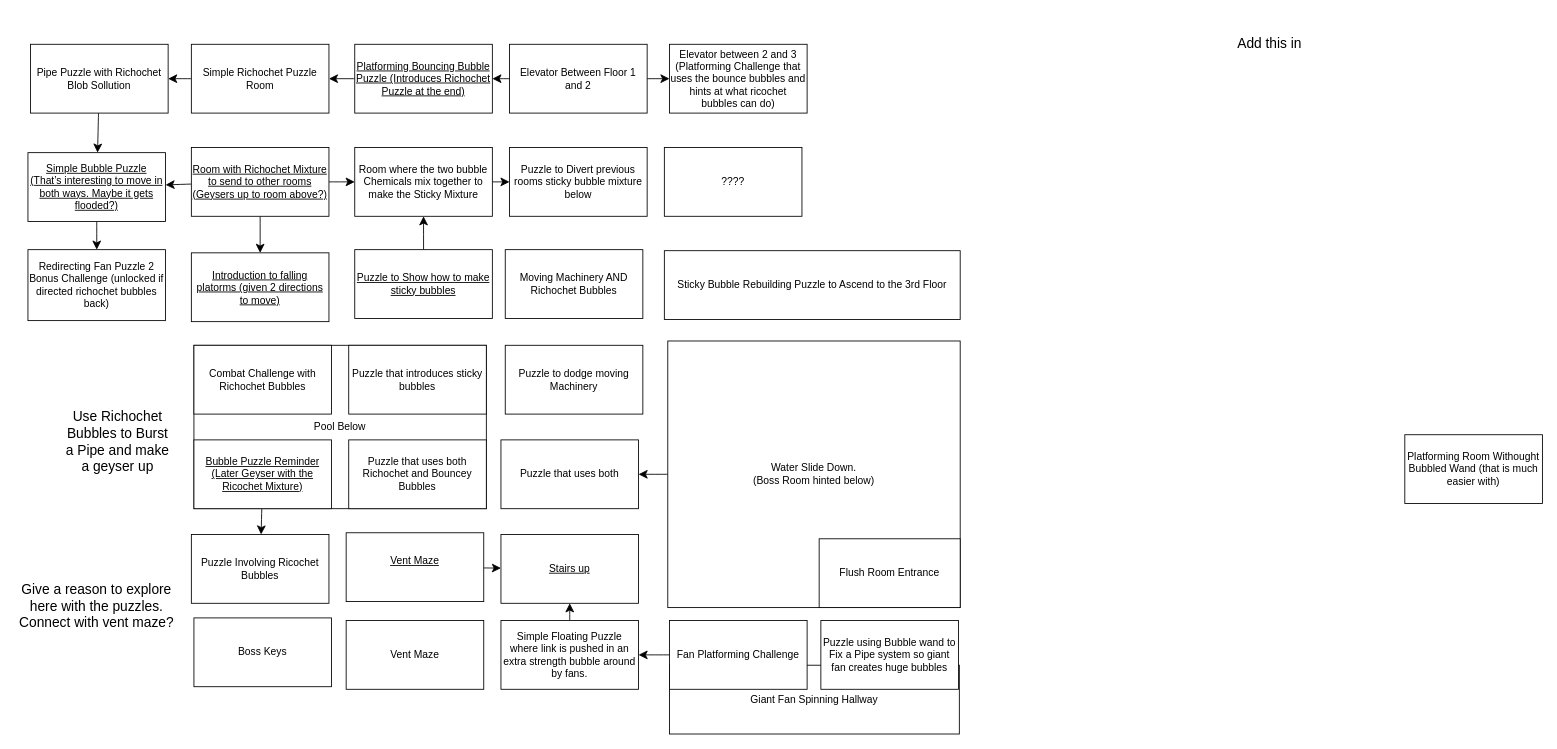
Earlier version of the draw.io diagram page "2nd Floor" (2 of 4) of Bubble Wand Dungeon Map First Draft.drawio (Rift-Master/Game-Design-Documents). Source tidied: cells renumbered, new cells numbered last; positions are measured from the earlier drawing's top-left corner, leaving out a move shared by most shapes. Both pictures are drawn from the tidied source at 86%, with x=0, y=0 at pixel (15, 15).
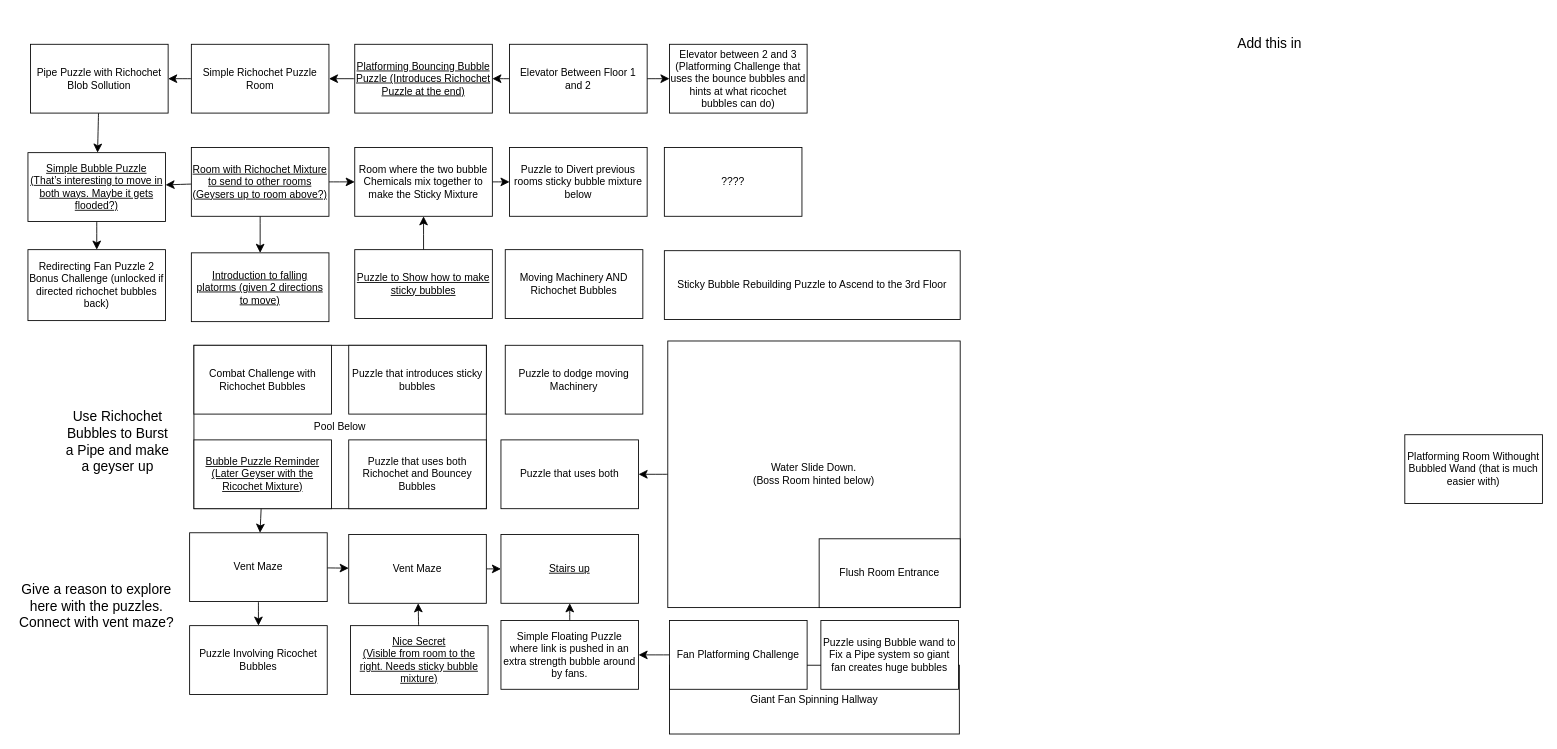
After the change.

Unchanged cells that the change refers to:
```xml
<mxCell id="27" value="&lt;u&gt;Stairs up&lt;/u&gt;" style="rounded=0;whiteSpace=wrap;html=1;" parent="1" vertex="1">
  <mxGeometry x="565" y="604" width="160" height="80" as="geometry" />
</mxCell>
<mxCell id="29" value="&lt;u&gt;Bubble Puzzle Reminder&lt;/u&gt;&lt;div&gt;&lt;u&gt;(Later Geyser with the Ricochet Mixture)&lt;/u&gt;&lt;/div&gt;" style="rounded=0;whiteSpace=wrap;html=1;" parent="1" vertex="1">
  <mxGeometry x="208" y="494" width="160" height="80" as="geometry" />
</mxCell>
```

Diff of the diagram source:
```diff
@@
-    <mxCell id="6" value="Vent Maze" style="rounded=0;whiteSpace=wrap;html=1;" parent="1" vertex="1">
-      <mxGeometry x="385" y="704" width="160" height="80" as="geometry" />
-    </mxCell>
-    <mxCell id="7" style="edgeStyle=none;curved=1;rounded=0;jettySize=auto;html=1;fontSize=12;startSize=8;endSize=8;" parent="1" edge="1" source="8" target="27">
+    <mxCell id="7" style="edgeStyle=none;curved=1;rounded=0;jettySize=auto;html=1;fontSize=12;startSize=8;endSize=8;" parent="1" edge="1" source="6" target="27">
       <mxGeometry relative="1" as="geometry" />
     </mxCell>
-    <mxCell id="8" value="&lt;u&gt;Vent Maze&lt;/u&gt;&lt;div&gt;&lt;u&gt;&lt;br&gt;&lt;/u&gt;&lt;/div&gt;" style="rounded=0;whiteSpace=wrap;html=1;" parent="1" vertex="1">
-      <mxGeometry x="385" y="602" width="160" height="80" as="geometry" />
+    <mxCell id="8" value="&lt;div&gt;&lt;u&gt;Nice Secret&lt;/u&gt;&lt;/div&gt;&lt;div&gt;&lt;u&gt;(Visible from room to the right. Needs sticky bubble mixture)&lt;/u&gt;&lt;/div&gt;" style="rounded=0;whiteSpace=wrap;html=1;" parent="1" vertex="1">
+      <mxGeometry x="390" y="710" width="160" height="80" as="geometry" />
     </mxCell>
-    <mxCell id="9" value="Boss Keys" style="rounded=0;whiteSpace=wrap;html=1;" parent="1" vertex="1">
-      <mxGeometry x="208" y="701" width="160" height="80" as="geometry" />
-    </mxCell>
     <mxCell id="10" value="Puzzle Involving Ricochet Bubbles" style="rounded=0;whiteSpace=wrap;html=1;" parent="1" vertex="1">
-      <mxGeometry x="205" y="604" width="160" height="80" as="geometry" />
+      <mxGeometry x="203" y="710" width="160" height="80" as="geometry" />
     </mxCell>
@@
-    <mxCell id="28" style="edgeStyle=none;curved=1;rounded=0;jettySize=auto;html=1;fontSize=12;startSize=8;endSize=8;" parent="1" edge="1" source="29" target="10">
+    <mxCell id="28" style="edgeStyle=none;curved=1;rounded=0;jettySize=auto;html=1;fontSize=12;startSize=8;endSize=8;" parent="1" edge="1" source="9" target="10">
       <mxGeometry relative="1" as="geometry" />
     </mxCell>
@@
+    <mxCell id="55" style="edgeStyle=none;curved=1;rounded=0;jettySize=auto;html=1;fontSize=12;startSize=8;endSize=8;" parent="1" edge="1" source="8" target="6">
+      <mxGeometry relative="1" as="geometry" />
+    </mxCell>
+    <mxCell id="6" value="Vent Maze" style="rounded=0;whiteSpace=wrap;html=1;" parent="1" vertex="1">
+      <mxGeometry x="388" y="604" width="160" height="80" as="geometry" />
+    </mxCell>
+    <mxCell id="56" style="edgeStyle=none;curved=1;rounded=0;jettySize=auto;html=1;fontSize=12;startSize=8;endSize=8;" parent="1" edge="1" source="29" target="9">
+      <mxGeometry relative="1" as="geometry" />
+    </mxCell>
+    <mxCell id="57" style="edgeStyle=none;curved=1;rounded=0;jettySize=auto;html=1;fontSize=12;startSize=8;endSize=8;" parent="1" edge="1" source="9" target="6">
+      <mxGeometry relative="1" as="geometry" />
+    </mxCell>
+    <mxCell id="9" value="Vent Maze" style="rounded=0;whiteSpace=wrap;html=1;" parent="1" vertex="1">
+      <mxGeometry x="203" y="602" width="160" height="80" as="geometry" />
+    </mxCell>
```
